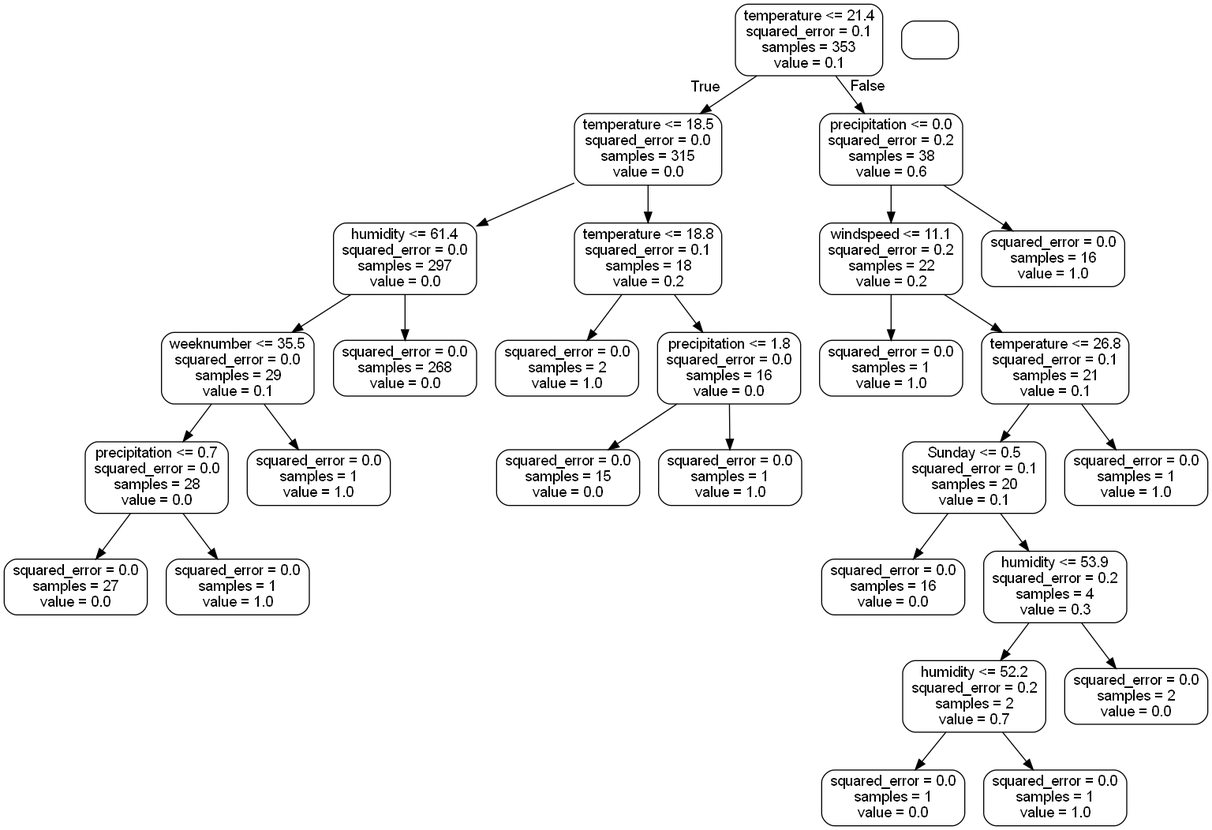
The Graphviz diagram tree.png in DavidCheung96/ForestFiresPrediction, before a commit. Its source is kept beside it as tree.dot.
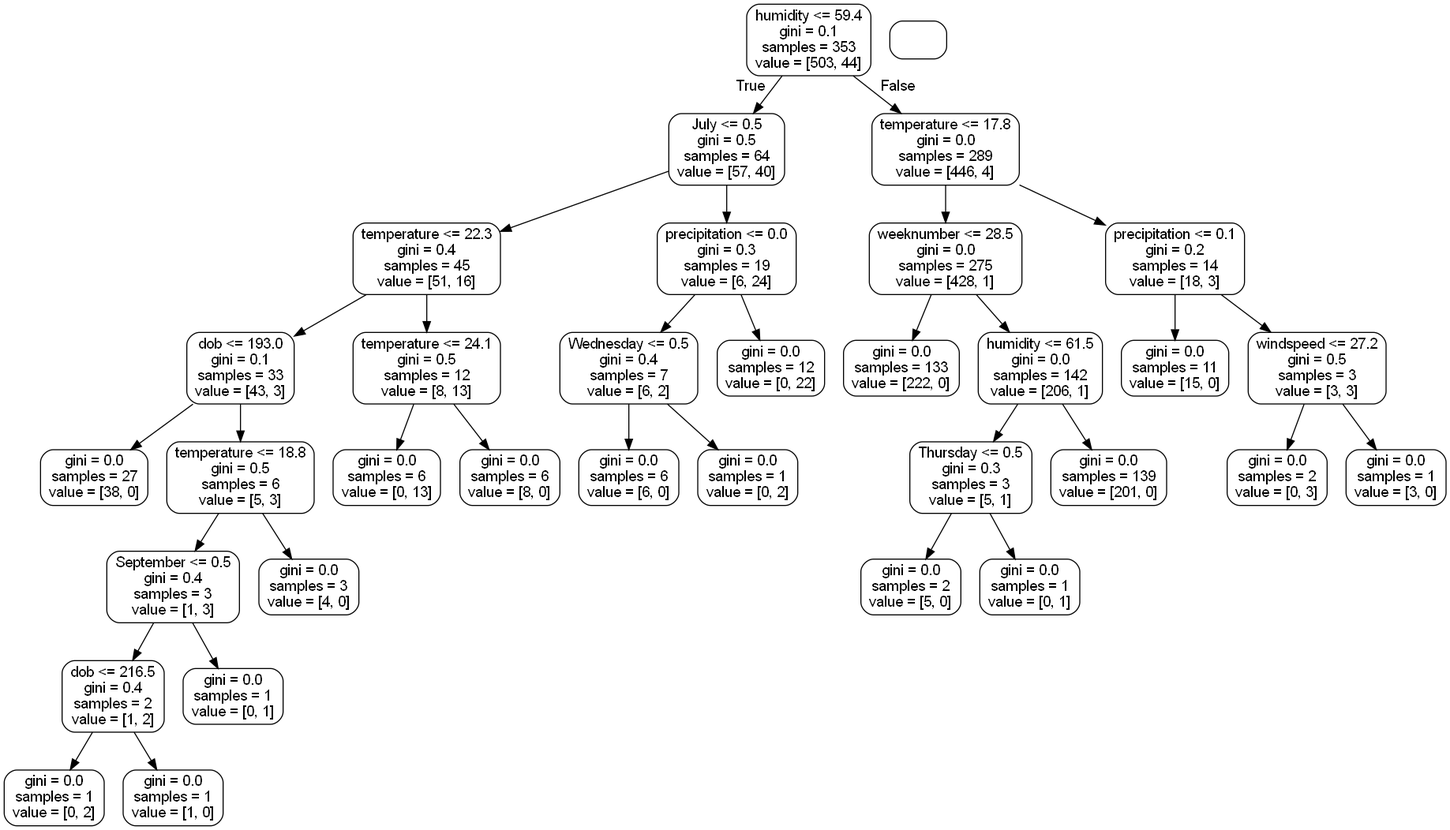
Later version of the same file.

Diff of the diagram source:
```diff
@@ -1,57 +1,69 @@
 digraph Tree {
 node [shape=box, style="rounded", color="black", fontname="helvetica"] ;
 edge [fontname="helvetica"] ;
-0 [label="temperature <= 21.4\nsquared_error = 0.1\nsamples = 353\nvalue = 0.1"] ;
-1 [label="temperature <= 18.5\nsquared_error = 0.0\nsamples = 315\nvalue = 0.0"] ;
+0 [label="humidity <= 59.4\ngini = 0.1\nsamples = 353\nvalue = [503, 44]"] ;
+1 [label="July <= 0.5\ngini = 0.5\nsamples = 64\nvalue = [57, 40]"] ;
 0 -> 1 [labeldistance=2.5, labelangle=45, headlabel="True"] ;
-2 [label="humidity <= 61.4\nsquared_error = 0.0\nsamples = 297\nvalue = 0.0"] ;
+2 [label="temperature <= 22.3\ngini = 0.4\nsamples = 45\nvalue = [51, 16]"] ;
 1 -> 2 ;
-3 [label="weeknumber <= 35.5\nsquared_error = 0.0\nsamples = 29\nvalue = 0.1"] ;
+3 [label="dob <= 193.0\ngini = 0.1\nsamples = 33\nvalue = [43, 3]"] ;
 2 -> 3 ;
-4 [label="precipitation <= 0.7\nsquared_error = 0.0\nsamples = 28\nvalue = 0.0"] ;
+4 [label="gini = 0.0\nsamples = 27\nvalue = [38, 0]"] ;
 3 -> 4 ;
-5 [label="squared_error = 0.0\nsamples = 27\nvalue = 0.0"] ;
-4 -> 5 ;
-6 [label="squared_error = 0.0\nsamples = 1\nvalue = 1.0"] ;
-4 -> 6 ;
-7 [label="squared_error = 0.0\nsamples = 1\nvalue = 1.0"] ;
-3 -> 7 ;
-8 [label="squared_error = 0.0\nsamples = 268\nvalue = 0.0"] ;
-2 -> 8 ;
-9 [label="temperature <= 18.8\nsquared_error = 0.1\nsamples = 18\nvalue = 0.2"] ;
-1 -> 9 ;
-10 [label="squared_error = 0.0\nsamples = 2\nvalue = 1.0"] ;
-9 -> 10 ;
-11 [label="precipitation <= 1.8\nsquared_error = 0.0\nsamples = 16\nvalue = 0.0"] ;
-9 -> 11 ;
-12 [label="squared_error = 0.0\nsamples = 15\nvalue = 0.0"] ;
-11 -> 12 ;
-13 [label="squared_error = 0.0\nsamples = 1\nvalue = 1.0"] ;
-11 -> 13 ;
-14 [label="precipitation <= 0.0\nsquared_error = 0.2\nsamples = 38\nvalue = 0.6"] ;
-0 -> 14 [labeldistance=2.5, labelangle=-45, headlabel="False"] ;
-15 [label="windspeed <= 11.1\nsquared_error = 0.2\nsamples = 22\nvalue = 0.2"] ;
-14 -> 15 ;
-16 [label="squared_error = 0.0\nsamples = 1\nvalue = 1.0"] ;
+5 [label="temperature <= 18.8\ngini = 0.5\nsamples = 6\nvalue = [5, 3]"] ;
+3 -> 5 ;
+6 [label="September <= 0.5\ngini = 0.4\nsamples = 3\nvalue = [1, 3]"] ;
+5 -> 6 ;
+7 [label="dob <= 216.5\ngini = 0.4\nsamples = 2\nvalue = [1, 2]"] ;
+6 -> 7 ;
+8 [label="gini = 0.0\nsamples = 1\nvalue = [0, 2]"] ;
+7 -> 8 ;
+9 [label="gini = 0.0\nsamples = 1\nvalue = [1, 0]"] ;
+7 -> 9 ;
+10 [label="gini = 0.0\nsamples = 1\nvalue = [0, 1]"] ;
+6 -> 10 ;
+11 [label="gini = 0.0\nsamples = 3\nvalue = [4, 0]"] ;
+5 -> 11 ;
+12 [label="temperature <= 24.1\ngini = 0.5\nsamples = 12\nvalue = [8, 13]"] ;
+2 -> 12 ;
+13 [label="gini = 0.0\nsamples = 6\nvalue = [0, 13]"] ;
+12 -> 13 ;
+14 [label="gini = 0.0\nsamples = 6\nvalue = [8, 0]"] ;
+12 -> 14 ;
+15 [label="precipitation <= 0.0\ngini = 0.3\nsamples = 19\nvalue = [6, 24]"] ;
+1 -> 15 ;
+16 [label="Wednesday <= 0.5\ngini = 0.4\nsamples = 7\nvalue = [6, 2]"] ;
 15 -> 16 ;
-17 [label="temperature <= 26.8\nsquared_error = 0.1\nsamples = 21\nvalue = 0.1"] ;
-15 -> 17 ;
-18 [label="Sunday <= 0.5\nsquared_error = 0.1\nsamples = 20\nvalue = 0.1"] ;
-17 -> 18 ;
-19 [label="squared_error = 0.0\nsamples = 16\nvalue = 0.0"] ;
-18 -> 19 ;
-20 [label="humidity <= 53.9\nsquared_error = 0.2\nsamples = 4\nvalue = 0.3"] ;
-18 -> 20 ;
-21 [label="humidity <= 52.2\nsquared_error = 0.2\nsamples = 2\nvalue = 0.7"] ;
+17 [label="gini = 0.0\nsamples = 6\nvalue = [6, 0]"] ;
+16 -> 17 ;
+18 [label="gini = 0.0\nsamples = 1\nvalue = [0, 2]"] ;
+16 -> 18 ;
+19 [label="gini = 0.0\nsamples = 12\nvalue = [0, 22]"] ;
+15 -> 19 ;
+20 [label="temperature <= 17.8\ngini = 0.0\nsamples = 289\nvalue = [446, 4]"] ;
+0 -> 20 [labeldistance=2.5, labelangle=-45, headlabel="False"] ;
+21 [label="weeknumber <= 28.5\ngini = 0.0\nsamples = 275\nvalue = [428, 1]"] ;
 20 -> 21 ;
-22 [label="squared_error = 0.0\nsamples = 1\nvalue = 0.0"] ;
+22 [label="gini = 0.0\nsamples = 133\nvalue = [222, 0]"] ;
 21 -> 22 ;
-23 [label="squared_error = 0.0\nsamples = 1\nvalue = 1.0"] ;
+23 [label="humidity <= 61.5\ngini = 0.0\nsamples = 142\nvalue = [206, 1]"] ;
 21 -> 23 ;
-24 [label="squared_error = 0.0\nsamples = 2\nvalue = 0.0"] ;
-20 -> 24 ;
-25 [label="squared_error = 0.0\nsamples = 1\nvalue = 1.0"] ;
-17 -> 25 ;
-26 [label="squared_error = 0.0\nsamples = 16\nvalue = 1.0"] ;
-14 -> 26 ;
+24 [label="Thursday <= 0.5\ngini = 0.3\nsamples = 3\nvalue = [5, 1]"] ;
+23 -> 24 ;
+25 [label="gini = 0.0\nsamples = 2\nvalue = [5, 0]"] ;
+24 -> 25 ;
+26 [label="gini = 0.0\nsamples = 1\nvalue = [0, 1]"] ;
+24 -> 26 ;
+27 [label="gini = 0.0\nsamples = 139\nvalue = [201, 0]"] ;
+23 -> 27 ;
+28 [label="precipitation <= 0.1\ngini = 0.2\nsamples = 14\nvalue = [18, 3]"] ;
+20 -> 28 ;
+29 [label="gini = 0.0\nsamples = 11\nvalue = [15, 0]"] ;
+28 -> 29 ;
+30 [label="windspeed <= 27.2\ngini = 0.5\nsamples = 3\nvalue = [3, 3]"] ;
+28 -> 30 ;
+31 [label="gini = 0.0\nsamples = 2\nvalue = [0, 3]"] ;
+30 -> 31 ;
+32 [label="gini = 0.0\nsamples = 1\nvalue = [3, 0]"] ;
+30 -> 32 ;
 }
```
